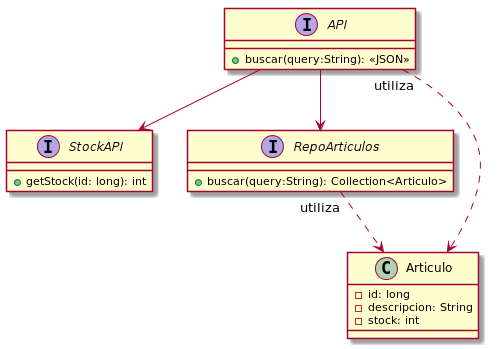
Above: uml/output/Clases_CUBuscar.png in alejandroleoz/EjemploUML (PlantUML), before the change.
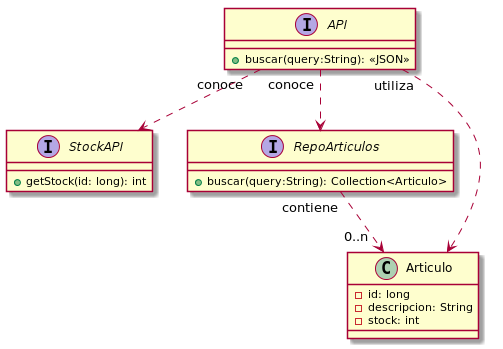
The same file after the commit.

Commit message:
Changes in uml diagrams (plant and img)

Change to the diagram source:
```diff
@@ -19,9 +19,9 @@
 }
 
 
-API --> StockAPI
-API --> RepoArticulos
+API "conoce" ..> StockAPI
+API "conoce" ..> RepoArticulos
 API "utiliza" ..> Articulo
-RepoArticulos "utiliza" ..> Articulo
+RepoArticulos "contiene" ..> "0..n  " Articulo
 
 @enduml
```
